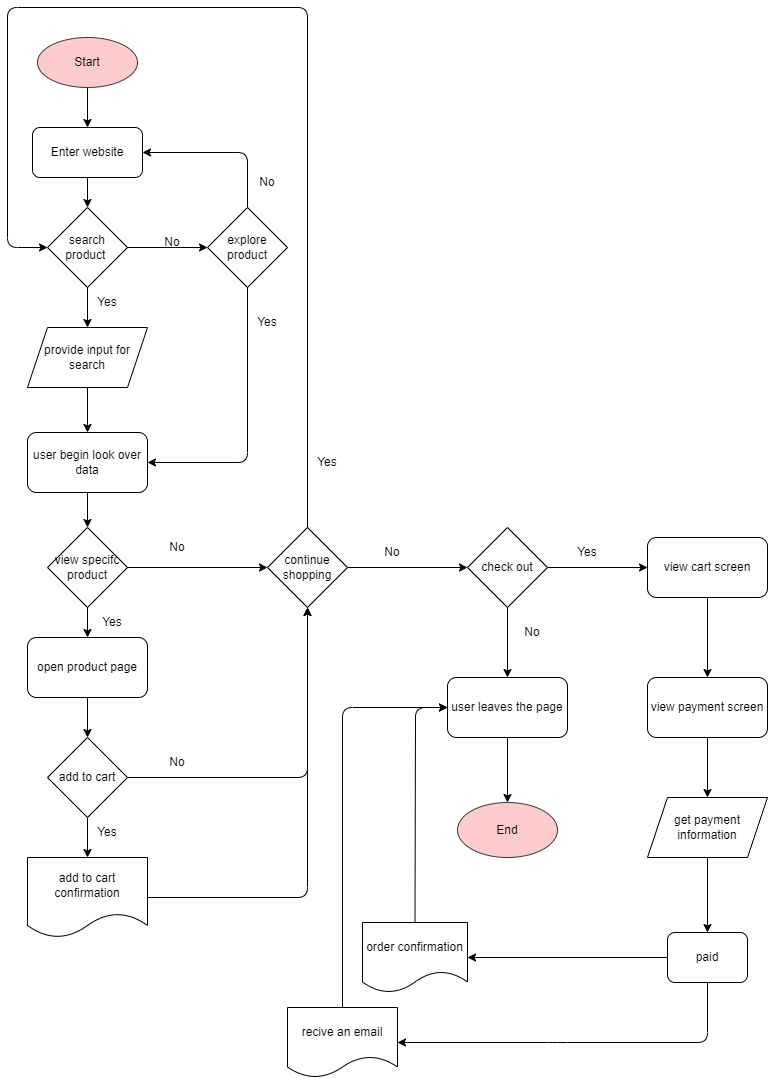
Before: explore/diagramming/diagram.drawio.png, a diagram exported from draw.io (Oooleaf/fa22-cse110-lab4). Source tidied: cells renumbered, new cells last; positions are measured from the earlier drawing's top-left corner, leaving out a move shared by most shapes.
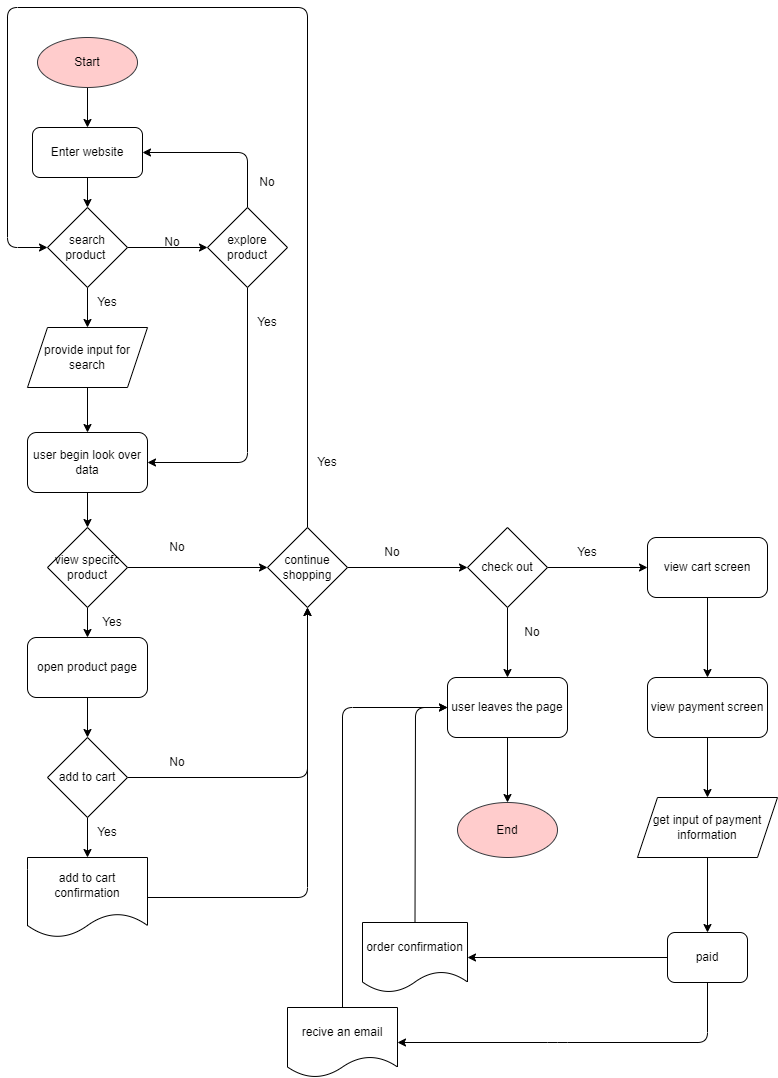
The same diagram one commit later.

Change to the diagram source:
```diff
@@ -163,8 +163,8 @@
     <mxCell id="47" style="edgeStyle=none;html=1;exitX=0.5;exitY=1;exitDx=0;exitDy=0;" parent="1" edge="1" source="48" target="59">
       <mxGeometry relative="1" as="geometry" />
     </mxCell>
-    <mxCell id="48" value="get payment information" style="shape=parallelogram;perimeter=parallelogramPerimeter;whiteSpace=wrap;html=1;fixedSize=1;" parent="1" vertex="1">
-      <mxGeometry x="640" y="790" width="120" height="60" as="geometry" />
+    <mxCell id="48" value="get input of payment information" style="shape=parallelogram;perimeter=parallelogramPerimeter;whiteSpace=wrap;html=1;fixedSize=1;" parent="1" vertex="1">
+      <mxGeometry x="630" y="790" width="140" height="60" as="geometry" />
     </mxCell>
     <mxCell id="49" style="edgeStyle=none;html=1;exitX=0.5;exitY=0;exitDx=0;exitDy=0;entryX=0;entryY=0.5;entryDx=0;entryDy=0;" parent="1" edge="1" source="50" target="38">
       <mxGeometry relative="1" as="geometry">
```
